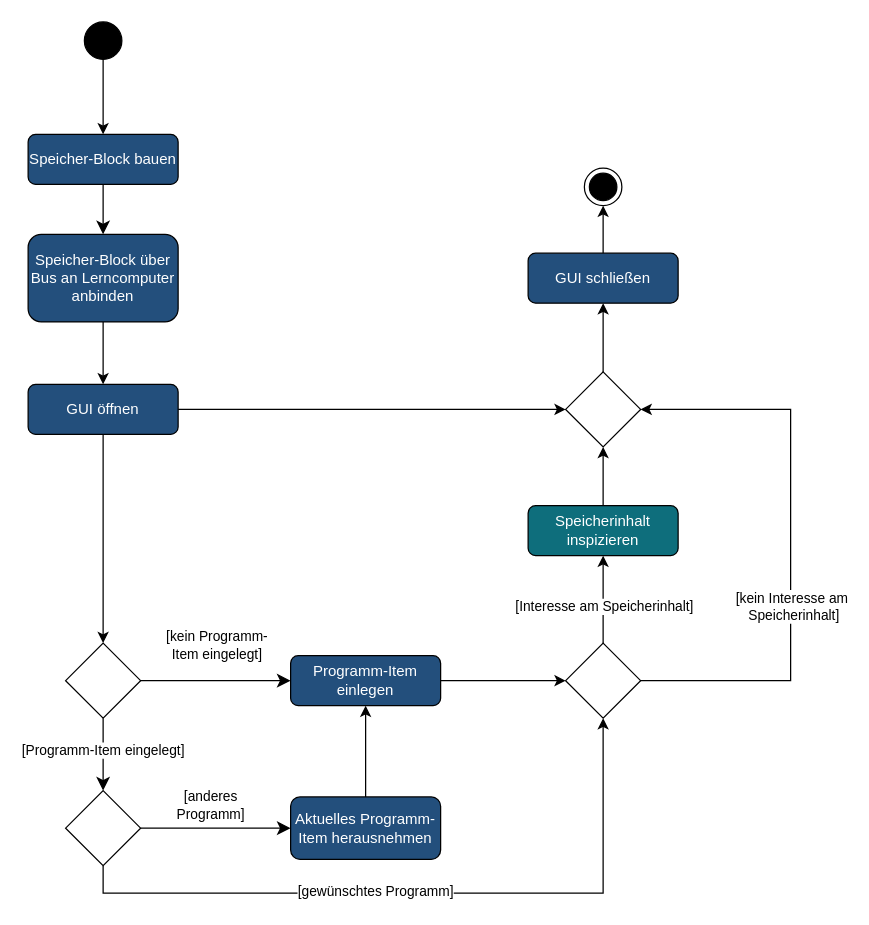
Above: AktivitätsdiagrammSpeicherblock.drawio in LundiNord/RISCJ-Diagramms (draw.io), before the change. Source tidied: cells renumbered, new cells numbered last; positions are measured from the earlier drawing's top-left corner, leaving out a move shared by most shapes. Both pictures are drawn from the tidied source at 125%, with x=0, y=0 at pixel (28, 21).
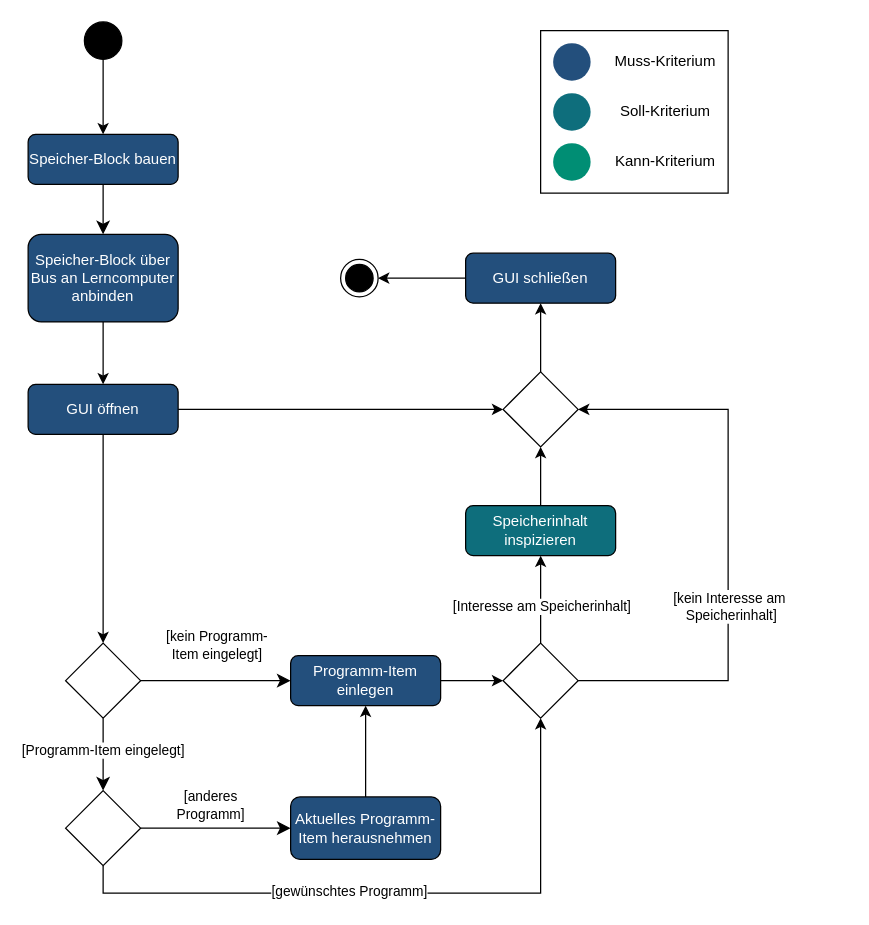
The same page after the edit.

The change refers to these unchanged cells:
```xml
<mxCell id="12" style="rhombus;whiteSpace=wrap;html=1;shadow=0;fontFamily=Helvetica;fontSize=12;align=center;strokeWidth=1;spacing=6;spacingTop=-4;" parent="1" vertex="1">
  <mxGeometry x="30" y="615" width="60" height="60" as="geometry" />
</mxCell>
```

The edit, as a diff of the source:
```diff
@@
     <mxCell id="7" style="edgeStyle=orthogonalEdgeStyle;rounded=0;jettySize=auto;html=1;" parent="1" edge="1" source="31" target="23">
       <mxGeometry relative="1" as="geometry">
         <Array as="points">
-          <mxPoint x="460" y="310" />
+          <mxPoint x="410" y="310" />
         </Array>
       </mxGeometry>
     </mxCell>
@@
     <mxCell id="10" style="edgeStyle=orthogonalEdgeStyle;rounded=0;jettySize=auto;html=1;" parent="1" edge="1" source="12" target="29">
       <mxGeometry relative="1" as="geometry">
         <Array as="points">
           <mxPoint x="60" y="697" />
-          <mxPoint x="460" y="697" />
+          <mxPoint x="410" y="697" />
         </Array>
       </mxGeometry>
     </mxCell>
@@
     <mxCell id="23" value="GUI schließen" style="rounded=1;whiteSpace=wrap;html=1;fontSize=12;glass=0;strokeWidth=1;shadow=0;fillColor=#234F7C;fontColor=#ffffff;" parent="1" vertex="1">
-      <mxGeometry x="400" y="185" width="120" height="40" as="geometry" />
+      <mxGeometry x="350" y="185" width="120" height="40" as="geometry" />
     </mxCell>
@@
     <mxCell id="25" style="edgeStyle=orthogonalEdgeStyle;rounded=0;jettySize=auto;html=1;" parent="1" edge="1" source="29" target="31">
       <mxGeometry relative="1" as="geometry">
         <Array as="points">
-          <mxPoint x="610" y="527" />
-          <mxPoint x="610" y="310" />
+          <mxPoint x="560" y="527" />
+          <mxPoint x="560" y="310" />
         </Array>
       </mxGeometry>
     </mxCell>
@@
     <mxCell id="29" style="rhombus;whiteSpace=wrap;html=1;shadow=0;fontFamily=Helvetica;fontSize=12;align=center;strokeWidth=1;spacing=6;spacingTop=-4;" parent="1" vertex="1">
-      <mxGeometry x="430" y="497" width="60" height="60" as="geometry" />
+      <mxGeometry x="380" y="497" width="60" height="60" as="geometry" />
     </mxCell>
     <mxCell id="30" style="ellipse;html=1;shape=endState;fillColor=strokeColor;" parent="1" vertex="1">
-      <mxGeometry x="445" y="117" width="30" height="30" as="geometry" />
+      <mxGeometry x="250" y="190" width="30" height="30" as="geometry" />
     </mxCell>
     <mxCell id="31" style="rhombus;whiteSpace=wrap;html=1;shadow=0;fontFamily=Helvetica;fontSize=12;align=center;strokeWidth=1;spacing=6;spacingTop=-4;" parent="1" vertex="1">
-      <mxGeometry x="430" y="280" width="60" height="60" as="geometry" />
+      <mxGeometry x="380" y="280" width="60" height="60" as="geometry" />
     </mxCell>
@@
     <mxCell id="33" value="Speicherinhalt inspizieren" style="rounded=1;whiteSpace=wrap;html=1;fontSize=12;glass=0;strokeWidth=1;shadow=0;fillColor=#0e6e7c;fontColor=#ffffff;" parent="1" vertex="1">
-      <mxGeometry x="400" y="387" width="120" height="40" as="geometry" />
+      <mxGeometry x="350" y="387" width="120" height="40" as="geometry" />
     </mxCell>
+    <mxCell id="34" style="group;" parent="1" vertex="1">
+      <mxGeometry x="410" y="7" width="150" height="130" as="geometry" />
+    </mxCell>
+    <mxCell id="35" style="ellipse;whiteSpace=wrap;html=1;strokeColor=none;fillColor=#234F7C;" parent="34" vertex="1">
+      <mxGeometry x="10" y="10" width="30" height="30" as="geometry" />
+    </mxCell>
+    <mxCell id="36" style="ellipse;whiteSpace=wrap;html=1;strokeColor=none;fillColor=#0E6E7C;" parent="34" vertex="1">
+      <mxGeometry x="10" y="50" width="30" height="30" as="geometry" />
+    </mxCell>
+    <mxCell id="37" style="ellipse;whiteSpace=wrap;html=1;strokeColor=none;fillColor=#008E74;" parent="34" vertex="1">
+      <mxGeometry x="10" y="90" width="30" height="30" as="geometry" />
+    </mxCell>
+    <mxCell id="38" value="Muss-Kriterium" style="text;html=1;strokeColor=none;fillColor=none;align=center;verticalAlign=middle;whiteSpace=wrap;rounded=0;" parent="34" vertex="1">
+      <mxGeometry x="50" y="10" width="100" height="30" as="geometry" />
+    </mxCell>
+    <mxCell id="39" value="Soll-Kriterium" style="text;html=1;strokeColor=none;fillColor=none;align=center;verticalAlign=middle;whiteSpace=wrap;rounded=0;" parent="34" vertex="1">
+      <mxGeometry x="50" y="50" width="100" height="30" as="geometry" />
+    </mxCell>
+    <mxCell id="40" value="Kann-Kriterium" style="text;html=1;strokeColor=none;fillColor=none;align=center;verticalAlign=middle;whiteSpace=wrap;rounded=0;" parent="34" vertex="1">
+      <mxGeometry x="50" y="90" width="100" height="30" as="geometry" />
+    </mxCell>
+    <mxCell id="41" style="rounded=0;whiteSpace=wrap;html=1;fillColor=none;" parent="34" vertex="1">
+      <mxGeometry width="150" height="130" as="geometry" />
+    </mxCell>
```
